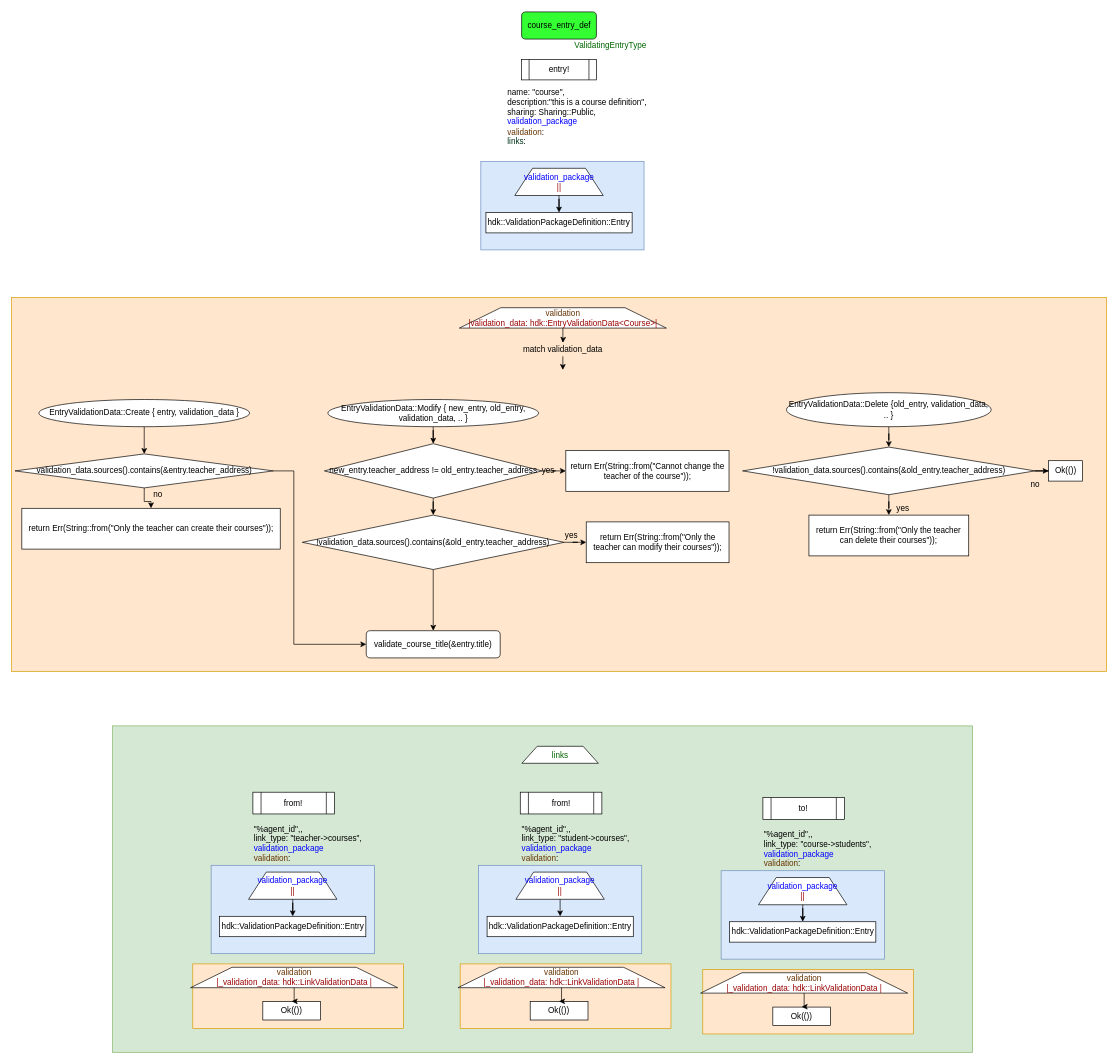
sdelvalle57/hUdemy keeps this draw.io diagram as page "course: course_entry_def" (5 of 13) of Untitled Diagram.drawio. Above is the earlier version. Source tidied: cells renumbered, new cells numbered last; positions are measured from the earlier drawing's top-left corner, leaving out a move shared by most shapes. Both pictures are drawn from the tidied source at 68%, with x=0, y=0 at pixel (12, 12).
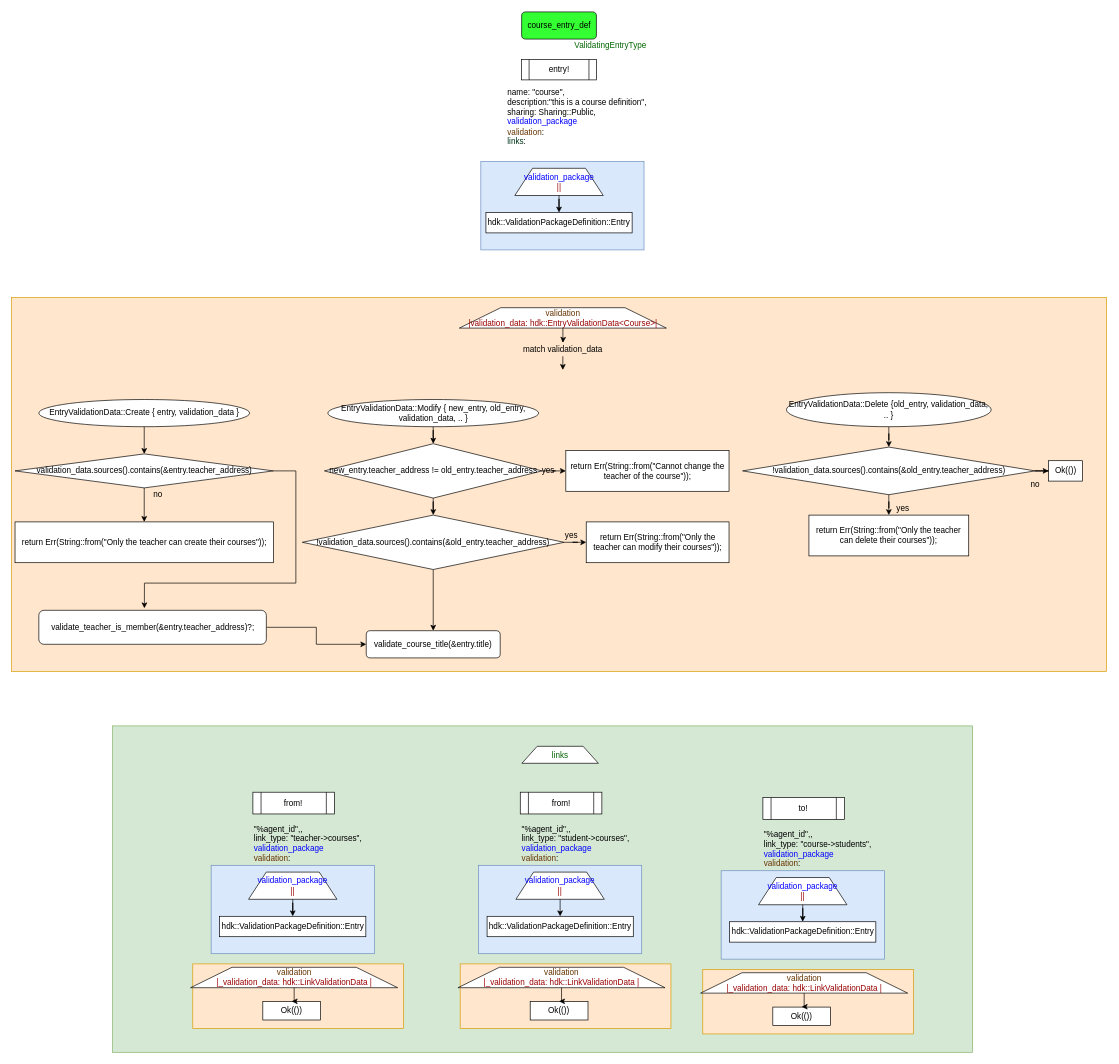
Above is the later version.

The change refers to these unchanged cells:
```xml
<mxCell id="9" style="group;" parent="1" vertex="1">
  <mxGeometry x="-0.4" y="420" width="1610" height="550" as="geometry" />
</mxCell>
<mxCell id="13" value="validation_data.sources().contains(&amp;amp;entry.teacher_address)" style="rhombus;whiteSpace=wrap;html=1;fillColor=#FFFFFF;" parent="9" vertex="1">
  <mxGeometry x="5" y="230" width="380" height="50" as="geometry" />
</mxCell>
<mxCell id="18" value="validate_course_title(&amp;amp;entry.title)" style="rounded=1;whiteSpace=wrap;html=1;fillColor=#FFFFFF;" parent="9" vertex="1">
  <mxGeometry x="521.5" y="490" width="197" height="40" as="geometry" />
</mxCell>
```

Change to the diagram source:
```diff
@@
+    <mxCell id="86" style="edgeStyle=orthogonalEdgeStyle;rounded=0;jettySize=auto;html=1;entryX=0.464;entryY=-0.06;entryDx=0;entryDy=0;entryPerimeter=0;" parent="9" edge="1" source="13" target="88">
+      <mxGeometry relative="1" as="geometry">
+        <Array as="points">
+          <mxPoint x="418" y="255" />
+          <mxPoint x="418" y="420" />
+          <mxPoint x="195" y="420" />
+        </Array>
+      </mxGeometry>
+    </mxCell>
@@
     <mxCell id="15" value="return Err(String::from(&quot;Only the teacher can create their courses&quot;));" style="rounded=0;whiteSpace=wrap;html=1;fillColor=#FFFFFF;" parent="9" vertex="1">
-      <mxGeometry x="15" y="310" width="380" height="60" as="geometry" />
+      <mxGeometry x="5" y="330" width="380" height="60" as="geometry" />
     </mxCell>
@@
-    <mxCell id="19" style="edgeStyle=orthogonalEdgeStyle;rounded=0;jettySize=auto;html=1;entryX=0;entryY=0.5;entryDx=0;entryDy=0;" parent="9" edge="1" source="13" target="18">
-      <mxGeometry relative="1" as="geometry">
-        <Array as="points">
-          <mxPoint x="415" y="255" />
-          <mxPoint x="415" y="510" />
-        </Array>
-      </mxGeometry>
-    </mxCell>
@@
+    <mxCell id="87" style="edgeStyle=orthogonalEdgeStyle;rounded=0;jettySize=auto;html=1;" parent="9" edge="1" source="88" target="18">
+      <mxGeometry relative="1" as="geometry" />
+    </mxCell>
+    <mxCell id="88" value="validate_teacher_is_member(&amp;amp;entry.teacher_address)?;" style="rounded=1;whiteSpace=wrap;html=1;" parent="9" vertex="1">
+      <mxGeometry x="40" y="460" width="334.6" height="50" as="geometry" />
+    </mxCell>
```
